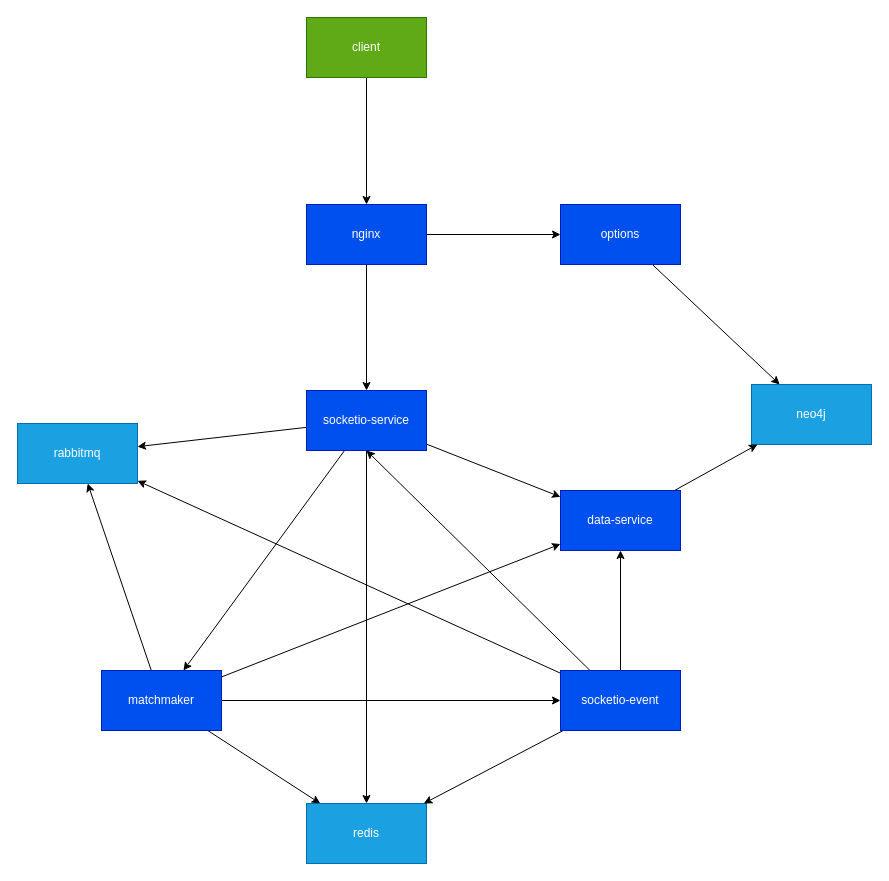
Earlier version of the draw.io diagram arch.drawio (andrew-delph/cloud-video-call). Source tidied: cells renumbered, new cells numbered last; positions are measured from the earlier drawing's top-left corner, leaving out a move shared by most shapes. Both pictures are drawn from the tidied source at 100%, with x=0, y=0 at pixel (17, 17).
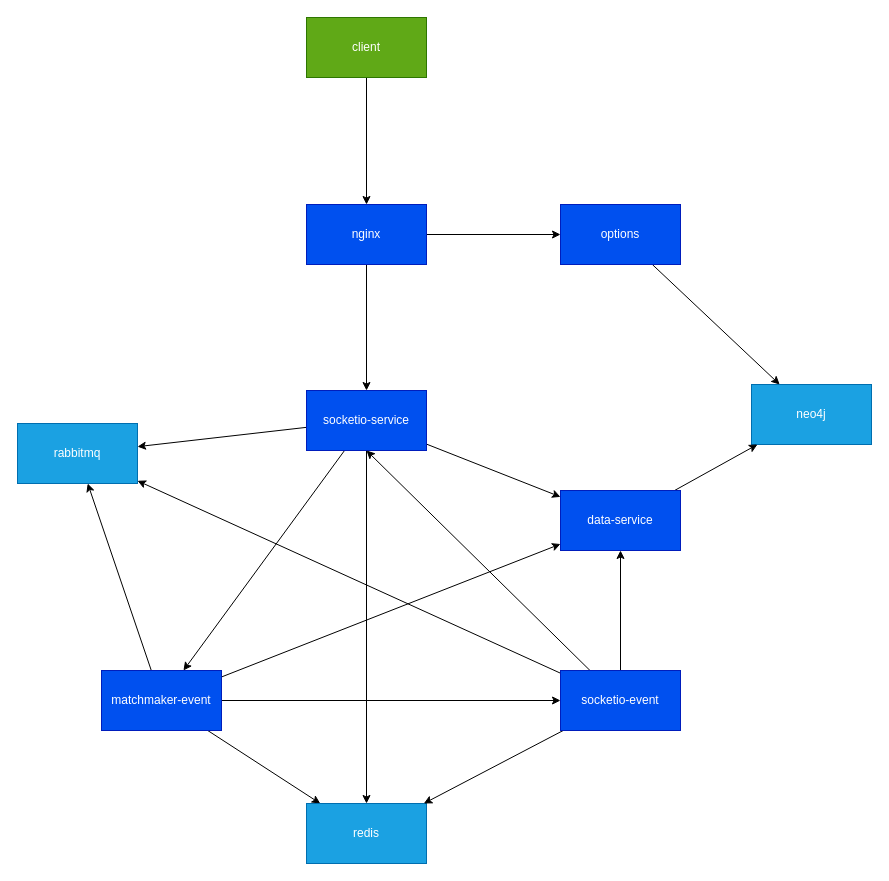
Above is the later version.

The edit, as a diff of the source:
```diff
@@
-    <mxCell id="14" value="matchmaker" style="rounded=0;whiteSpace=wrap;html=1;fillColor=#0050ef;fontColor=#ffffff;strokeColor=#001DBC;" parent="1" vertex="1">
+    <mxCell id="14" value="matchmaker-event" style="rounded=0;whiteSpace=wrap;html=1;fillColor=#0050ef;fontColor=#ffffff;strokeColor=#001DBC;" parent="1" vertex="1">
       <mxGeometry x="84" y="653" width="120" height="60" as="geometry" />
     </mxCell>
```
